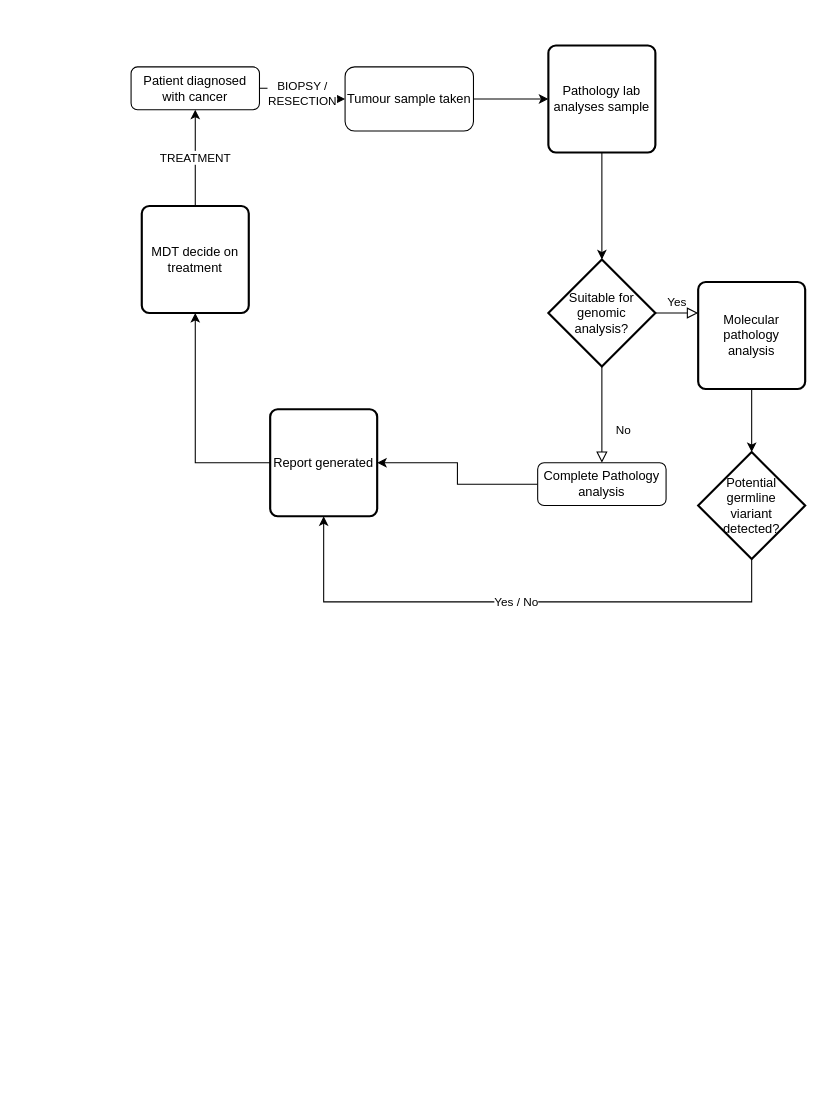
Above: BasicCancerFlow.drawio in mckeelab/cancerflow (draw.io), before the change. Source tidied: cells renumbered, new cells numbered last; positions are measured from the earlier drawing's top-left corner, leaving out a move shared by most shapes. Both pictures are drawn from the tidied source at 107%, with x=0, y=0 at pixel (131, 45).
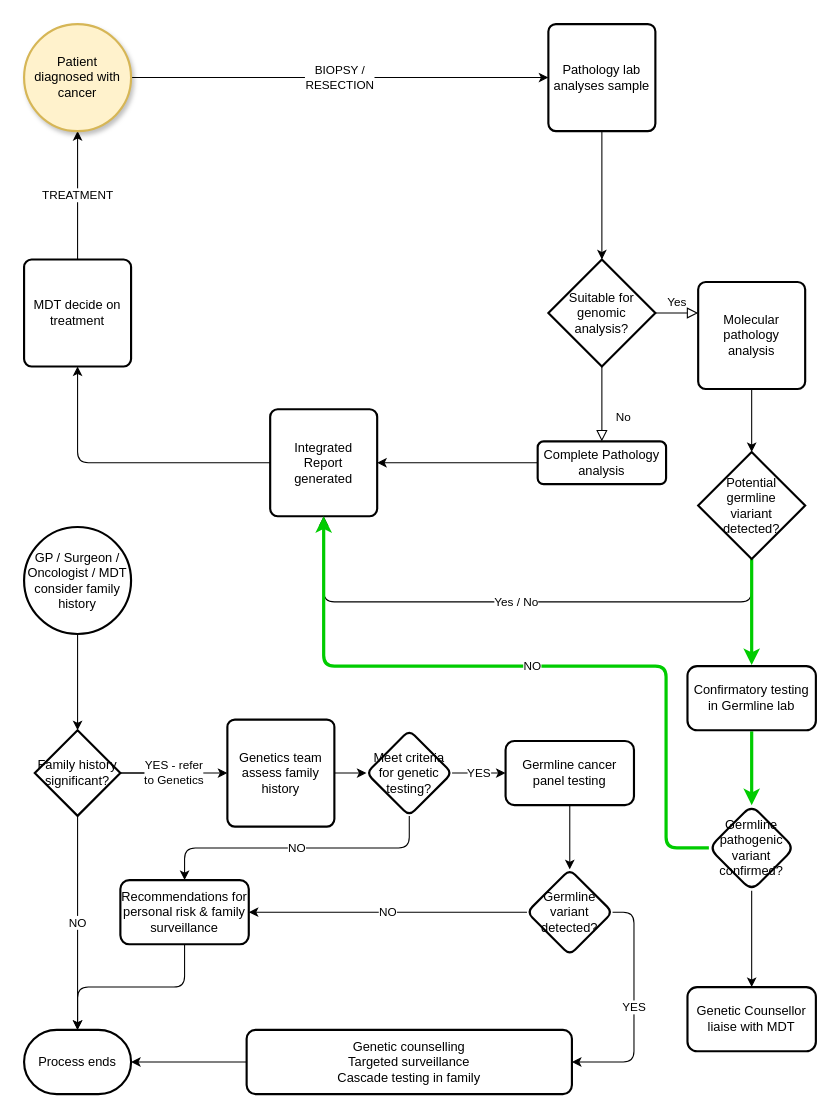
After the change.

The change refers to these unchanged cells:
```xml
<mxCell id="16" value="Potential &lt;br&gt;germline &lt;br&gt;viariant &lt;br&gt;detected?" style="strokeWidth=2;html=1;shape=mxgraph.flowchart.decision;whiteSpace=wrap;" parent="1" vertex="1">
  <mxGeometry x="530" y="380" width="100" height="100" as="geometry" />
</mxCell>
```

Diff of the diagram source:
```diff
@@
-    <mxCell id="2" value="BIOPSY / &lt;br&gt;RESECTION" style="edgeStyle=orthogonalEdgeStyle;rounded=0;jettySize=auto;html=1;" parent="1" edge="1" source="3" target="8">
+    <mxCell id="2" value="BIOPSY / &lt;br&gt;RESECTION" style="edgeStyle=orthogonalEdgeStyle;rounded=0;jettySize=auto;html=1;exitX=1;exitY=0.5;exitDx=0;exitDy=0;exitPerimeter=0;entryX=0;entryY=0.5;entryDx=0;entryDy=0;" parent="1" edge="1" source="3" target="10">
       <mxGeometry relative="1" as="geometry" />
     </mxCell>
-    <mxCell id="3" value="Patient diagnosed with cancer" style="rounded=1;whiteSpace=wrap;html=1;fontSize=12;glass=0;strokeWidth=1;shadow=0;" parent="1" vertex="1">
-      <mxGeometry y="20" width="120" height="40" as="geometry" />
-    </mxCell>
@@
-    <mxCell id="6" value="Complete Pathology analysis" style="rounded=1;whiteSpace=wrap;html=1;fontSize=12;glass=0;strokeWidth=1;shadow=0;" parent="1" vertex="1">
-      <mxGeometry x="380" y="390" width="120" height="40" as="geometry" />
+    <mxCell id="6" value="Complete Pathology analysis" style="rounded=1;whiteSpace=wrap;html=1;fontSize=12;glass=0;strokeWidth=2;shadow=0;arcSize=14;" parent="1" vertex="1">
+      <mxGeometry x="380" y="370" width="120" height="40" as="geometry" />
     </mxCell>
-    <mxCell id="7" style="edgeStyle=orthogonalEdgeStyle;rounded=0;jettySize=auto;html=1;entryX=0;entryY=0.5;entryDx=0;entryDy=0;" parent="1" edge="1" source="8" target="10">
-      <mxGeometry relative="1" as="geometry" />
-    </mxCell>
-    <mxCell id="8" value="Tumour sample taken" style="rounded=1;whiteSpace=wrap;html=1;" parent="1" vertex="1">
-      <mxGeometry x="200" y="20" width="120" height="60" as="geometry" />
-    </mxCell>
@@
     <mxCell id="10" value="Pathology lab analyses sample" style="rounded=1;whiteSpace=wrap;html=1;absoluteArcSize=1;arcSize=14;strokeWidth=2;" parent="1" vertex="1">
-      <mxGeometry x="390" width="100" height="100" as="geometry" />
+      <mxGeometry x="390" y="-20" width="100" height="100" as="geometry" />
     </mxCell>
-    <mxCell id="11" value="Suitable for genomic analysis?" style="strokeWidth=2;html=1;shape=mxgraph.flowchart.decision;whiteSpace=wrap;" parent="1" vertex="1">
+    <mxCell id="11" value="Suitable for genomic analysis?" style="strokeWidth=2;html=1;shape=mxgraph.flowchart.decision;whiteSpace=wrap;rounded=1;arcSize=14;" parent="1" vertex="1">
       <mxGeometry x="390" y="200" width="100" height="100" as="geometry" />
     </mxCell>
@@
-    <mxCell id="15" value="Yes / No" style="edgeStyle=orthogonalEdgeStyle;rounded=0;jettySize=auto;html=1;entryX=0.5;entryY=1;entryDx=0;entryDy=0;exitX=0.5;exitY=1;exitDx=0;exitDy=0;exitPerimeter=0;" parent="1" edge="1" source="16" target="18">
+    <mxCell id="15" value="Yes / No" style="edgeStyle=orthogonalEdgeStyle;rounded=1;jettySize=auto;html=1;entryX=0.5;entryY=1;entryDx=0;entryDy=0;exitX=0.5;exitY=1;exitDx=0;exitDy=0;exitPerimeter=0;" parent="1" edge="1" source="16" target="18">
       <mxGeometry relative="1" as="geometry">
         <Array as="points">
           <mxPoint x="580" y="520" />
           <mxPoint x="180" y="520" />
         </Array>
       </mxGeometry>
     </mxCell>
+    <mxCell id="21" style="edgeStyle=orthogonalEdgeStyle;shape=connector;rounded=1;jettySize=auto;html=1;labelBackgroundColor=default;strokeColor=#00CC00;fontFamily=Helvetica;fontSize=11;fontColor=default;endArrow=classic;strokeWidth=3;" parent="1" edge="1" source="16" target="44">
+      <mxGeometry relative="1" as="geometry" />
+    </mxCell>
@@
-    <mxCell id="17" style="edgeStyle=orthogonalEdgeStyle;rounded=0;jettySize=auto;html=1;entryX=0.5;entryY=1;entryDx=0;entryDy=0;" parent="1" edge="1" source="18" target="20">
+    <mxCell id="17" style="edgeStyle=orthogonalEdgeStyle;rounded=1;jettySize=auto;html=1;entryX=0.5;entryY=1;entryDx=0;entryDy=0;" parent="1" edge="1" source="18" target="20">
       <mxGeometry relative="1" as="geometry" />
     </mxCell>
-    <mxCell id="18" value="Report generated" style="rounded=1;whiteSpace=wrap;html=1;absoluteArcSize=1;arcSize=14;strokeWidth=2;" parent="1" vertex="1">
+    <mxCell id="18" value="Integrated &lt;br&gt;Report &lt;br&gt;generated" style="rounded=1;whiteSpace=wrap;html=1;absoluteArcSize=1;arcSize=14;strokeWidth=2;" parent="1" vertex="1">
       <mxGeometry x="130" y="340" width="100" height="100" as="geometry" />
     </mxCell>
-    <mxCell id="19" value="TREATMENT" style="edgeStyle=orthogonalEdgeStyle;rounded=0;jettySize=auto;html=1;entryX=0.5;entryY=1;entryDx=0;entryDy=0;" parent="1" edge="1" source="20" target="3">
+    <mxCell id="19" value="TREATMENT" style="edgeStyle=orthogonalEdgeStyle;rounded=0;jettySize=auto;html=1;entryX=0.5;entryY=1;entryDx=0;entryDy=0;entryPerimeter=0;" parent="1" edge="1" source="20" target="3">
       <mxGeometry relative="1" as="geometry" />
     </mxCell>
     <mxCell id="20" value="MDT decide on treatment" style="rounded=1;whiteSpace=wrap;html=1;absoluteArcSize=1;arcSize=14;strokeWidth=2;" parent="1" vertex="1">
-      <mxGeometry x="10" y="150" width="100" height="100" as="geometry" />
+      <mxGeometry x="-100" y="200" width="100" height="100" as="geometry" />
     </mxCell>
+    <mxCell id="3" value="Patient &lt;br&gt;diagnosed with &lt;br&gt;cancer" style="strokeWidth=2;html=1;shape=mxgraph.flowchart.start_2;whiteSpace=wrap;fillColor=#fff2cc;strokeColor=#d6b656;shadow=1;" parent="1" vertex="1">
+      <mxGeometry x="-100" y="-20" width="100" height="100" as="geometry" />
+    </mxCell>
+    <mxCell id="22" style="edgeStyle=orthogonalEdgeStyle;rounded=0;jettySize=auto;html=1;" parent="1" edge="1" source="23" target="26">
+      <mxGeometry relative="1" as="geometry" />
+    </mxCell>
+    <mxCell id="23" value="GP / Surgeon / Oncologist / MDT consider family history" style="strokeWidth=2;html=1;shape=mxgraph.flowchart.start_2;whiteSpace=wrap;" parent="1" vertex="1">
+      <mxGeometry x="-100" y="450" width="100" height="100" as="geometry" />
+    </mxCell>
+    <mxCell id="24" value="NO" style="edgeStyle=orthogonalEdgeStyle;rounded=0;jettySize=auto;html=1;entryX=0.5;entryY=0;entryDx=0;entryDy=0;entryPerimeter=0;" parent="1" edge="1" source="26" target="27">
+      <mxGeometry relative="1" as="geometry" />
+    </mxCell>
+    <mxCell id="25" style="edgeStyle=orthogonalEdgeStyle;rounded=0;jettySize=auto;html=1;" parent="1" edge="1" source="26">
+      <mxGeometry relative="1" as="geometry">
+        <mxPoint x="50" y="680" as="targetPoint" />
+      </mxGeometry>
+    </mxCell>
+    <mxCell id="26" value="Family history significant?" style="rhombus;whiteSpace=wrap;html=1;strokeWidth=2;" parent="1" vertex="1">
+      <mxGeometry x="-90" y="640" width="80" height="80" as="geometry" />
+    </mxCell>
+    <mxCell id="27" value="Process ends" style="strokeWidth=2;html=1;shape=mxgraph.flowchart.terminator;whiteSpace=wrap;" parent="1" vertex="1">
+      <mxGeometry x="-100" y="920" width="100" height="60" as="geometry" />
+    </mxCell>
+    <mxCell id="28" value="YES - refer&lt;br&gt;to Genetics" style="edgeStyle=orthogonalEdgeStyle;rounded=0;jettySize=auto;html=1;startArrow=classic;startFill=1;endArrow=none;endFill=0;" parent="1" edge="1" source="30" target="26">
+      <mxGeometry relative="1" as="geometry" />
+    </mxCell>
+    <mxCell id="29" style="edgeStyle=orthogonalEdgeStyle;rounded=0;jettySize=auto;html=1;" parent="1" edge="1" source="30" target="33">
+      <mxGeometry relative="1" as="geometry" />
+    </mxCell>
+    <mxCell id="30" value="Genetics team assess family history" style="rounded=1;whiteSpace=wrap;html=1;absoluteArcSize=1;arcSize=14;strokeWidth=2;" parent="1" vertex="1">
+      <mxGeometry x="90" y="630" width="100" height="100" as="geometry" />
+    </mxCell>
+    <mxCell id="31" value="NO" style="edgeStyle=orthogonalEdgeStyle;rounded=1;jettySize=auto;html=1;exitX=0.5;exitY=1;exitDx=0;exitDy=0;" parent="1" edge="1" source="33" target="35">
+      <mxGeometry relative="1" as="geometry" />
+    </mxCell>
+    <mxCell id="32" value="YES" style="edgeStyle=orthogonalEdgeStyle;rounded=0;jettySize=auto;html=1;" parent="1" edge="1" source="33" target="37">
+      <mxGeometry relative="1" as="geometry" />
+    </mxCell>
+    <mxCell id="33" value="Meet criteria for genetic testing?" style="rhombus;whiteSpace=wrap;html=1;rounded=1;arcSize=14;strokeWidth=2;" parent="1" vertex="1">
+      <mxGeometry x="220" y="640" width="80" height="80" as="geometry" />
+    </mxCell>
+    <mxCell id="34" style="edgeStyle=orthogonalEdgeStyle;jettySize=auto;html=1;entryX=0.5;entryY=0;entryDx=0;entryDy=0;entryPerimeter=0;rounded=1;" parent="1" edge="1" source="35" target="27">
+      <mxGeometry relative="1" as="geometry" />
+    </mxCell>
+    <mxCell id="35" value="Recommendations for personal risk &amp;amp; family surveillance" style="whiteSpace=wrap;html=1;rounded=1;arcSize=14;strokeWidth=2;" parent="1" vertex="1">
+      <mxGeometry x="-10" y="780" width="120" height="60" as="geometry" />
+    </mxCell>
+    <mxCell id="36" style="edgeStyle=orthogonalEdgeStyle;rounded=0;jettySize=auto;html=1;" parent="1" edge="1" source="37" target="40">
+      <mxGeometry relative="1" as="geometry" />
+    </mxCell>
+    <mxCell id="37" value="Germline cancer panel testing" style="whiteSpace=wrap;html=1;rounded=1;arcSize=14;strokeWidth=2;" parent="1" vertex="1">
+      <mxGeometry x="350" y="650" width="120" height="60" as="geometry" />
+    </mxCell>
+    <mxCell id="38" value="NO" style="edgeStyle=orthogonalEdgeStyle;rounded=1;jettySize=auto;html=1;entryX=1;entryY=0.5;entryDx=0;entryDy=0;" parent="1" edge="1" source="40" target="35">
+      <mxGeometry relative="1" as="geometry" />
+    </mxCell>
+    <mxCell id="39" value="YES" style="edgeStyle=orthogonalEdgeStyle;rounded=1;jettySize=auto;html=1;exitX=1;exitY=0.5;exitDx=0;exitDy=0;entryX=1;entryY=0.5;entryDx=0;entryDy=0;" parent="1" edge="1" source="40" target="42">
+      <mxGeometry relative="1" as="geometry" />
+    </mxCell>
+    <mxCell id="40" value="Germline&lt;br&gt;variant&lt;br&gt;detected?" style="rhombus;whiteSpace=wrap;html=1;rounded=1;arcSize=14;strokeWidth=2;" parent="1" vertex="1">
+      <mxGeometry x="370" y="770" width="80" height="80" as="geometry" />
+    </mxCell>
+    <mxCell id="41" style="edgeStyle=orthogonalEdgeStyle;shape=connector;rounded=1;jettySize=auto;html=1;entryX=1;entryY=0.5;entryDx=0;entryDy=0;entryPerimeter=0;labelBackgroundColor=default;strokeColor=default;fontFamily=Helvetica;fontSize=11;fontColor=default;endArrow=classic;" parent="1" edge="1" source="42" target="27">
+      <mxGeometry relative="1" as="geometry" />
+    </mxCell>
+    <mxCell id="42" value="Genetic counselling&lt;br&gt;Targeted surveillance&lt;br&gt;Cascade testing in family" style="whiteSpace=wrap;html=1;rounded=1;arcSize=14;strokeWidth=2;" parent="1" vertex="1">
+      <mxGeometry x="108" y="920" width="304" height="60" as="geometry" />
+    </mxCell>
+    <mxCell id="43" style="edgeStyle=orthogonalEdgeStyle;shape=connector;rounded=1;jettySize=auto;html=1;labelBackgroundColor=default;strokeColor=#00CC00;fontFamily=Helvetica;fontSize=11;fontColor=default;endArrow=classic;strokeWidth=3;" parent="1" edge="1" source="44" target="47">
+      <mxGeometry relative="1" as="geometry" />
+    </mxCell>
+    <mxCell id="44" value="Confirmatory testing in Germline lab" style="whiteSpace=wrap;html=1;strokeWidth=2;perimeterSpacing=1;rounded=1;" parent="1" vertex="1">
+      <mxGeometry x="520" y="580" width="120" height="60" as="geometry" />
+    </mxCell>
+    <mxCell id="45" value="NO" style="edgeStyle=orthogonalEdgeStyle;shape=connector;rounded=1;jettySize=auto;html=1;labelBackgroundColor=default;strokeColor=#00CC00;fontFamily=Helvetica;fontSize=11;fontColor=default;endArrow=classic;strokeWidth=3;" parent="1" edge="1" source="47">
+      <mxGeometry relative="1" as="geometry">
+        <mxPoint x="180" y="440" as="targetPoint" />
+        <Array as="points">
+          <mxPoint x="500" y="750" />
+          <mxPoint x="500" y="580" />
+          <mxPoint x="180" y="580" />
+        </Array>
+      </mxGeometry>
+    </mxCell>
+    <mxCell id="46" style="edgeStyle=orthogonalEdgeStyle;shape=connector;rounded=1;jettySize=auto;html=1;labelBackgroundColor=default;strokeColor=default;fontFamily=Helvetica;fontSize=11;fontColor=default;endArrow=classic;" parent="1" edge="1" source="47" target="48">
+      <mxGeometry relative="1" as="geometry" />
+    </mxCell>
+    <mxCell id="47" value="Germline pathogenic variant confirmed?" style="rhombus;whiteSpace=wrap;html=1;strokeWidth=2;rounded=1;" parent="1" vertex="1">
+      <mxGeometry x="540" y="710" width="80" height="80" as="geometry" />
+    </mxCell>
+    <mxCell id="48" value="Genetic Counsellor liaise with MDT" style="whiteSpace=wrap;html=1;strokeWidth=2;rounded=1;" parent="1" vertex="1">
+      <mxGeometry x="520" y="880" width="120" height="60" as="geometry" />
+    </mxCell>
```
